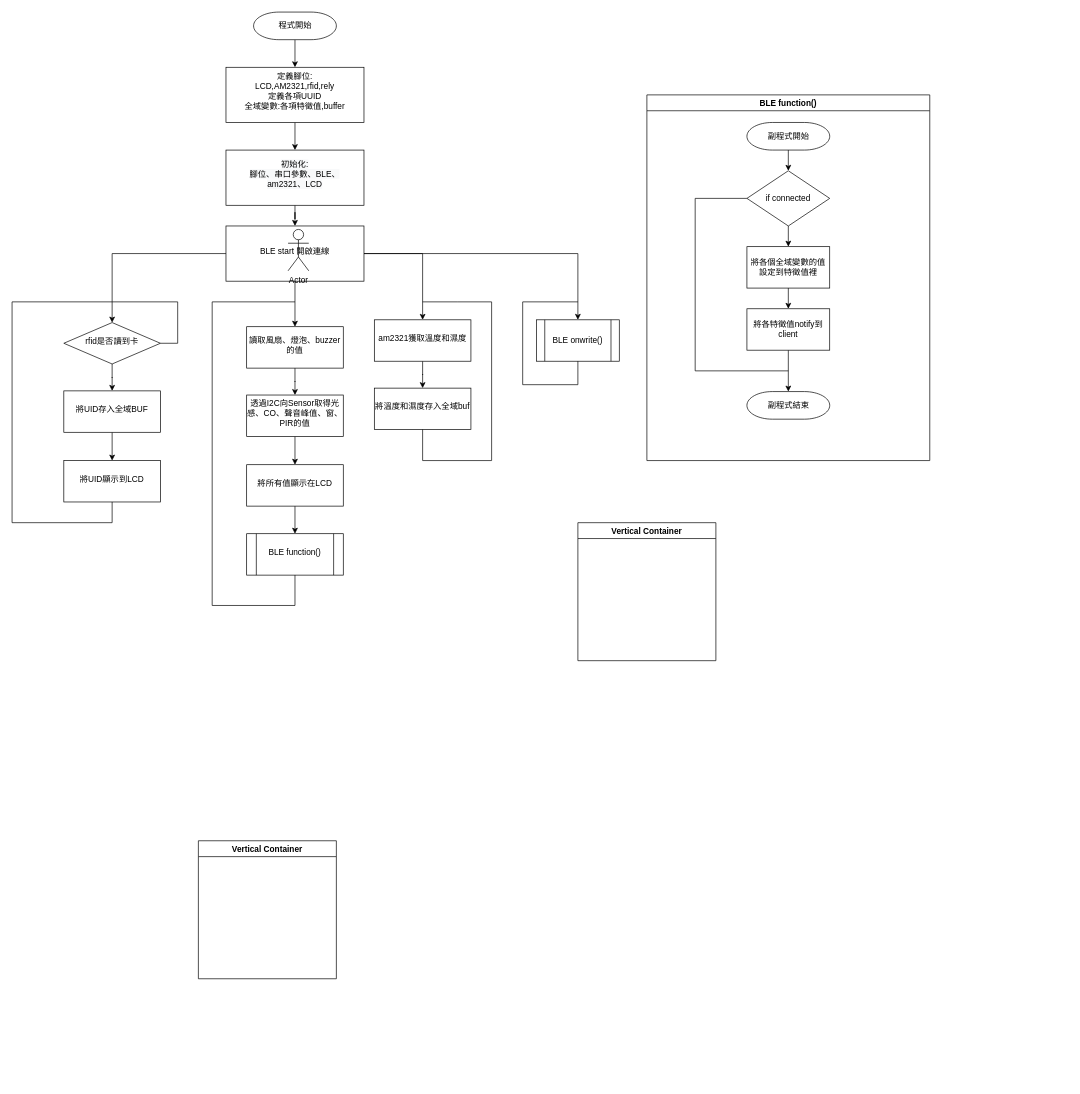
Above: iFamily_Master.drawio in k39920123/iFamily (draw.io), before the change. Source tidied: cells renumbered, new cells numbered last; positions are measured from the earlier drawing's top-left corner, leaving out a move shared by most shapes. Both pictures are drawn from the tidied source at 69%, with x=0, y=0 at pixel (12, 12).
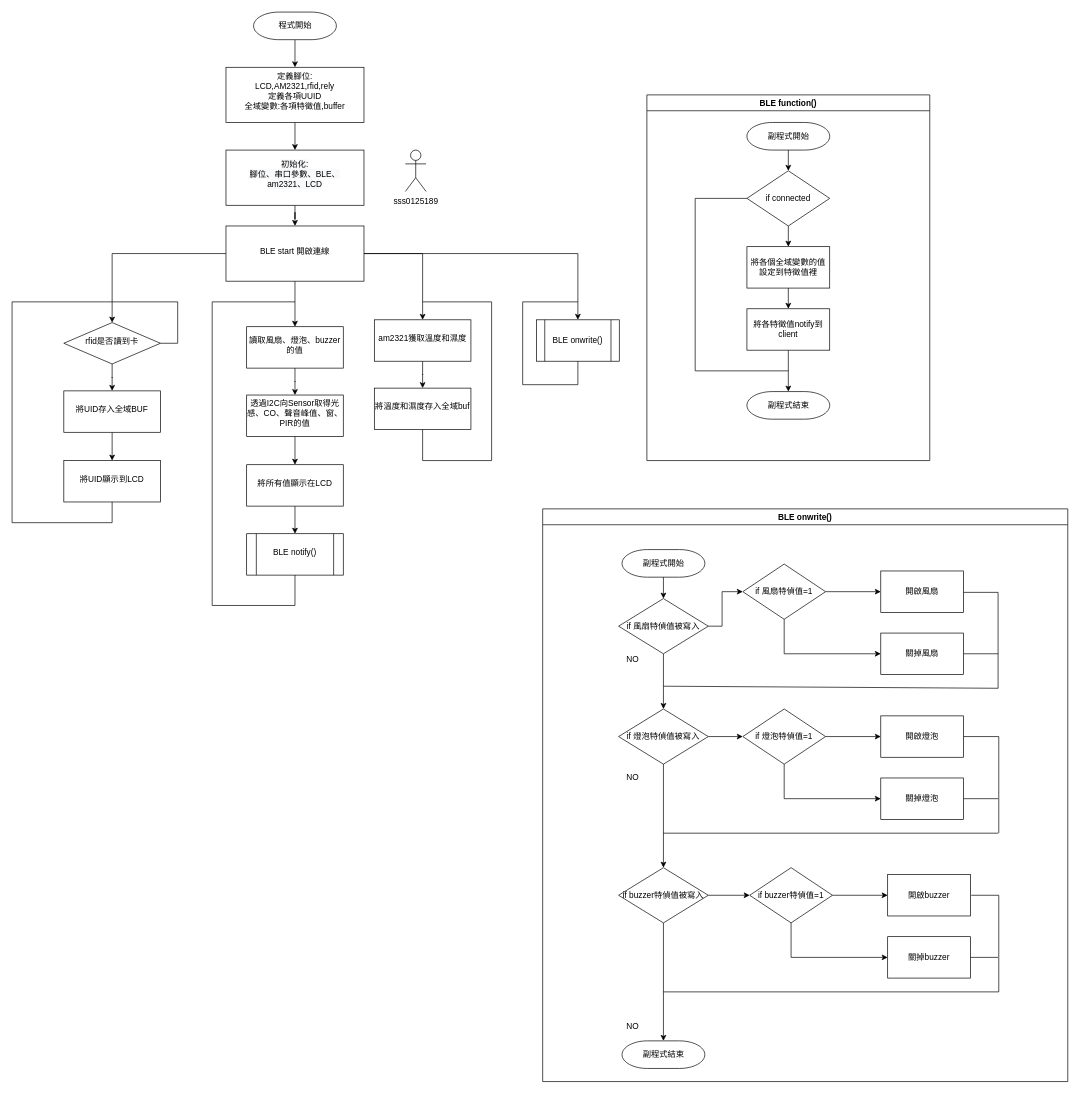
After the change.

Change to the diagram source:
```diff
@@
-    <mxCell id="25" value="BLE function()" style="shape=process;whiteSpace=wrap;html=1;backgroundOutline=1;rounded=0;spacingTop=-7;" parent="1" vertex="1">
+    <mxCell id="25" value="BLE notify()" style="shape=process;whiteSpace=wrap;html=1;backgroundOutline=1;rounded=0;spacingTop=-7;" parent="1" vertex="1">
       <mxGeometry x="340" y="756" width="140" height="60" as="geometry" />
     </mxCell>
@@
-    <mxCell id="39" value="Vertical Container" style="swimlane;fontSize=12;" parent="1" vertex="1">
-      <mxGeometry x="270" y="1201" width="200" height="200" as="geometry" />
-    </mxCell>
@@
-    <mxCell id="45" value="Actor" style="shape=umlActor;verticalLabelPosition=bottom;verticalAlign=top;html=1;fontSize=12;" parent="1" vertex="1">
-      <mxGeometry x="400" y="315" width="30" height="60" as="geometry" />
+    <mxCell id="45" value="sss0125189" style="shape=umlActor;verticalLabelPosition=bottom;verticalAlign=top;html=1;fontSize=12;" parent="1" vertex="1">
+      <mxGeometry x="570" y="200" width="30" height="60" as="geometry" />
     </mxCell>
@@
-    <mxCell id="50" value="Vertical Container" style="swimlane;fontSize=12;" parent="1" vertex="1">
-      <mxGeometry x="820" y="740" width="200" height="200" as="geometry" />
+    <mxCell id="50" value="BLE onwrite()" style="swimlane;fontSize=12;" parent="1" vertex="1">
+      <mxGeometry x="769" y="720" width="761" height="830" as="geometry" />
     </mxCell>
+    <mxCell id="51" value="副程式開始" style="shape=mxgraph.flowchart.terminator;strokeWidth=1;gradientDirection=north;fontStyle=0;html=1;fillColor=default;strokeColor=default;fontSize=12;" parent="50" vertex="1">
+      <mxGeometry x="115" y="59" width="120" height="40" as="geometry" />
+    </mxCell>
+    <mxCell id="52" style="edgeStyle=none;rounded=0;jettySize=auto;html=1;fontSize=12;" parent="50" edge="1" source="54" target="69">
+      <mxGeometry relative="1" as="geometry" />
+    </mxCell>
+    <mxCell id="53" style="edgeStyle=none;rounded=0;jettySize=auto;html=1;fontSize=12;exitX=0.5;exitY=1;exitDx=0;exitDy=0;entryX=0;entryY=0.5;entryDx=0;entryDy=0;" parent="50" edge="1" source="54" target="70">
+      <mxGeometry relative="1" as="geometry">
+        <Array as="points">
+          <mxPoint x="350" y="210" />
+        </Array>
+      </mxGeometry>
+    </mxCell>
+    <mxCell id="54" value="if 風扇特偵值=1" style="rhombus;whiteSpace=wrap;html=1;strokeWidth=1;gradientDirection=north;fontStyle=0;" parent="50" vertex="1">
+      <mxGeometry x="290" y="80" width="120" height="80" as="geometry" />
+    </mxCell>
+    <mxCell id="55" style="edgeStyle=none;rounded=0;jettySize=auto;html=1;fontSize=12;" parent="50" edge="1" source="57" target="60">
+      <mxGeometry relative="1" as="geometry" />
+    </mxCell>
+    <mxCell id="56" style="edgeStyle=none;rounded=0;jettySize=auto;html=1;exitX=1;exitY=0.5;exitDx=0;exitDy=0;entryX=0;entryY=0.5;entryDx=0;entryDy=0;fontSize=12;" parent="50" edge="1" source="57" target="54">
+      <mxGeometry relative="1" as="geometry">
+        <Array as="points">
+          <mxPoint x="260" y="170" />
+          <mxPoint x="260" y="120" />
+        </Array>
+      </mxGeometry>
+    </mxCell>
+    <mxCell id="57" value="&lt;span&gt;if 風扇特偵值被寫入&lt;/span&gt;" style="rhombus;whiteSpace=wrap;html=1;strokeWidth=1;gradientDirection=north;fontStyle=0;" parent="50" vertex="1">
+      <mxGeometry x="110" y="130" width="130" height="80" as="geometry" />
+    </mxCell>
+    <mxCell id="58" style="edgeStyle=none;rounded=0;jettySize=auto;html=1;fontSize=12;" parent="50" edge="1" source="51" target="57">
+      <mxGeometry relative="1" as="geometry" />
+    </mxCell>
+    <mxCell id="59" style="edgeStyle=none;rounded=0;jettySize=auto;html=1;entryX=0;entryY=0.5;entryDx=0;entryDy=0;fontSize=12;" parent="50" edge="1" source="60" target="73">
+      <mxGeometry relative="1" as="geometry" />
+    </mxCell>
+    <mxCell id="60" value="&lt;span&gt;if 燈泡特偵值被寫入&lt;/span&gt;" style="rhombus;whiteSpace=wrap;html=1;strokeWidth=1;gradientDirection=north;fontStyle=0;" parent="50" vertex="1">
+      <mxGeometry x="110" y="290" width="130" height="80" as="geometry" />
+    </mxCell>
+    <mxCell id="61" style="edgeStyle=none;rounded=0;jettySize=auto;html=1;fontSize=12;" parent="50" edge="1" source="63" target="68">
+      <mxGeometry relative="1" as="geometry" />
+    </mxCell>
+    <mxCell id="62" style="edgeStyle=none;rounded=0;jettySize=auto;html=1;entryX=0;entryY=0.5;entryDx=0;entryDy=0;fontSize=12;" parent="50" edge="1" source="63" target="80">
+      <mxGeometry relative="1" as="geometry" />
+    </mxCell>
+    <mxCell id="63" value="&lt;span&gt;if buzzer特偵值被寫入&lt;/span&gt;" style="rhombus;whiteSpace=wrap;html=1;strokeWidth=1;gradientDirection=north;fontStyle=0;" parent="50" vertex="1">
+      <mxGeometry x="110" y="520" width="130" height="80" as="geometry" />
+    </mxCell>
+    <mxCell id="64" style="edgeStyle=none;rounded=0;jettySize=auto;html=1;fontSize=12;" parent="50" edge="1" source="60" target="63">
+      <mxGeometry relative="1" as="geometry" />
+    </mxCell>
+    <mxCell id="65" value="NO" style="text;html=1;align=center;verticalAlign=middle;strokeColor=none;fillColor=none;fontSize=12;" parent="50" vertex="1">
+      <mxGeometry x="115" y="209" width="30" height="20" as="geometry" />
+    </mxCell>
+    <mxCell id="66" value="NO" style="text;html=1;align=center;verticalAlign=middle;strokeColor=none;fillColor=none;fontSize=12;" parent="50" vertex="1">
+      <mxGeometry x="115" y="380" width="30" height="20" as="geometry" />
+    </mxCell>
+    <mxCell id="67" value="NO" style="text;html=1;align=center;verticalAlign=middle;strokeColor=none;fillColor=none;fontSize=12;" parent="50" vertex="1">
+      <mxGeometry x="115" y="740" width="30" height="20" as="geometry" />
+    </mxCell>
+    <mxCell id="68" value="副程式結束" style="shape=mxgraph.flowchart.terminator;strokeWidth=1;gradientDirection=north;fontStyle=0;html=1;fillColor=default;strokeColor=default;fontSize=12;" parent="50" vertex="1">
+      <mxGeometry x="115" y="771" width="120" height="40" as="geometry" />
+    </mxCell>
+    <mxCell id="69" value="開啟風扇" style="whiteSpace=wrap;html=1;strokeWidth=1;gradientDirection=north;fontStyle=0;" parent="50" vertex="1">
+      <mxGeometry x="490" y="90" width="120" height="60" as="geometry" />
+    </mxCell>
+    <mxCell id="70" value="關掉風扇" style="whiteSpace=wrap;html=1;strokeWidth=1;gradientDirection=north;fontStyle=0;" parent="50" vertex="1">
+      <mxGeometry x="490" y="180" width="120" height="60" as="geometry" />
+    </mxCell>
+    <mxCell id="71" style="endArrow=none;html=1;rounded=0;fontSize=12;entryX=1;entryY=0.5;entryDx=0;entryDy=0;" parent="50" edge="1">
+      <mxGeometry relative="1" as="geometry">
+        <mxPoint x="175" y="257" as="sourcePoint" />
+        <mxPoint x="610" y="121" as="targetPoint" />
+        <Array as="points">
+          <mxPoint x="660" y="260" />
+          <mxPoint x="660" y="121" />
+        </Array>
+      </mxGeometry>
+    </mxCell>
+    <mxCell id="72" style="endArrow=none;html=1;rounded=0;fontSize=12;exitX=1;exitY=0.5;exitDx=0;exitDy=0;" parent="50" edge="1" source="70">
+      <mxGeometry relative="1" as="geometry">
+        <mxPoint x="660" y="210" as="targetPoint" />
+      </mxGeometry>
+    </mxCell>
+    <mxCell id="73" value="if 燈泡特偵值=1" style="rhombus;whiteSpace=wrap;html=1;strokeWidth=1;gradientDirection=north;fontStyle=0;" parent="50" vertex="1">
+      <mxGeometry x="290" y="290" width="120" height="80" as="geometry" />
+    </mxCell>
+    <mxCell id="74" value="開啟燈泡" style="whiteSpace=wrap;html=1;strokeWidth=1;gradientDirection=north;fontStyle=0;" parent="50" vertex="1">
+      <mxGeometry x="490" y="300" width="120" height="60" as="geometry" />
+    </mxCell>
+    <mxCell id="75" style="edgeStyle=none;rounded=0;jettySize=auto;html=1;fontSize=12;" parent="50" edge="1" source="73" target="74">
+      <mxGeometry relative="1" as="geometry" />
+    </mxCell>
+    <mxCell id="76" value="關掉燈泡" style="whiteSpace=wrap;html=1;strokeWidth=1;gradientDirection=north;fontStyle=0;" parent="50" vertex="1">
+      <mxGeometry x="490" y="390" width="120" height="60" as="geometry" />
+    </mxCell>
+    <mxCell id="77" style="edgeStyle=none;rounded=0;jettySize=auto;html=1;fontSize=12;exitX=0.5;exitY=1;exitDx=0;exitDy=0;entryX=0;entryY=0.5;entryDx=0;entryDy=0;" parent="50" edge="1" source="73" target="76">
+      <mxGeometry relative="1" as="geometry">
+        <Array as="points">
+          <mxPoint x="350" y="420" />
+        </Array>
+      </mxGeometry>
+    </mxCell>
+    <mxCell id="78" style="endArrow=none;html=1;rounded=0;fontSize=12;exitX=1;exitY=0.5;exitDx=0;exitDy=0;" parent="50" edge="1" source="76">
+      <mxGeometry relative="1" as="geometry">
+        <mxPoint x="660" y="420" as="targetPoint" />
+      </mxGeometry>
+    </mxCell>
+    <mxCell id="79" style="endArrow=none;html=1;rounded=0;fontSize=12;" parent="50" edge="1">
+      <mxGeometry relative="1" as="geometry">
+        <mxPoint x="175" y="470" as="sourcePoint" />
+        <mxPoint x="660" y="470" as="targetPoint" />
+      </mxGeometry>
+    </mxCell>
+    <mxCell id="80" value="if buzzer特偵值=1" style="rhombus;whiteSpace=wrap;html=1;strokeWidth=1;gradientDirection=north;fontStyle=0;" parent="50" vertex="1">
+      <mxGeometry x="300" y="520" width="120" height="80" as="geometry" />
+    </mxCell>
+    <mxCell id="81" value="開啟buzzer" style="whiteSpace=wrap;html=1;strokeWidth=1;gradientDirection=north;fontStyle=0;" parent="50" vertex="1">
+      <mxGeometry x="500" y="530" width="120" height="60" as="geometry" />
+    </mxCell>
+    <mxCell id="82" style="edgeStyle=none;rounded=0;jettySize=auto;html=1;fontSize=12;" parent="50" edge="1" source="80" target="81">
+      <mxGeometry relative="1" as="geometry" />
+    </mxCell>
+    <mxCell id="83" value="關掉buzzer" style="whiteSpace=wrap;html=1;strokeWidth=1;gradientDirection=north;fontStyle=0;" parent="50" vertex="1">
+      <mxGeometry x="500" y="620" width="120" height="60" as="geometry" />
+    </mxCell>
+    <mxCell id="84" style="edgeStyle=none;rounded=0;jettySize=auto;html=1;fontSize=12;exitX=0.5;exitY=1;exitDx=0;exitDy=0;entryX=0;entryY=0.5;entryDx=0;entryDy=0;" parent="50" edge="1" source="80" target="83">
+      <mxGeometry relative="1" as="geometry">
+        <Array as="points">
+          <mxPoint x="360" y="650" />
+        </Array>
+      </mxGeometry>
+    </mxCell>
+    <mxCell id="85" style="endArrow=none;html=1;rounded=0;fontSize=12;exitX=1;exitY=0.5;exitDx=0;exitDy=0;" parent="50" edge="1" source="83">
+      <mxGeometry relative="1" as="geometry">
+        <mxPoint x="660" y="650" as="targetPoint" />
+      </mxGeometry>
+    </mxCell>
+    <mxCell id="86" style="endArrow=none;html=1;rounded=0;fontSize=12;exitX=1;exitY=0.5;exitDx=0;exitDy=0;" parent="1" edge="1" source="74">
+      <mxGeometry relative="1" as="geometry">
+        <mxPoint x="1430" y="1190" as="targetPoint" />
+        <Array as="points">
+          <mxPoint x="1430" y="1050" />
+          <mxPoint x="1430" y="1100" />
+        </Array>
+      </mxGeometry>
+    </mxCell>
+    <mxCell id="87" style="endArrow=none;html=1;rounded=0;fontSize=12;" parent="1" edge="1">
+      <mxGeometry relative="1" as="geometry">
+        <mxPoint x="950" y="1190" as="sourcePoint" />
+        <mxPoint x="950" y="1190" as="targetPoint" />
+        <Array as="points">
+          <mxPoint x="950" y="1190" />
+        </Array>
+      </mxGeometry>
+    </mxCell>
+    <mxCell id="88" style="endArrow=none;html=1;rounded=0;fontSize=12;entryX=1;entryY=0.5;entryDx=0;entryDy=0;" parent="1" edge="1">
+      <mxGeometry relative="1" as="geometry">
+        <mxPoint x="1430" y="1370" as="sourcePoint" />
+        <mxPoint x="1390" y="1280" as="targetPoint" />
+        <Array as="points">
+          <mxPoint x="1430" y="1280" />
+        </Array>
+      </mxGeometry>
+    </mxCell>
+    <mxCell id="89" style="endArrow=none;html=1;rounded=0;fontSize=12;" parent="1" edge="1">
+      <mxGeometry relative="1" as="geometry">
+        <mxPoint x="944" y="1420" as="sourcePoint" />
+        <mxPoint x="1430" y="1370" as="targetPoint" />
+        <Array as="points">
+          <mxPoint x="1430" y="1420" />
+        </Array>
+      </mxGeometry>
+    </mxCell>
```
